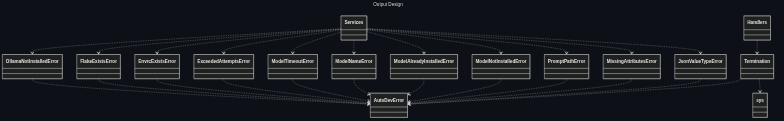
Oldranda1414/AutoDev keeps this Mermaid diagram as docs/assets/mermaid/error.png. Above is the earlier version. Its source is kept beside it as docs/assets/src/error.mmd.
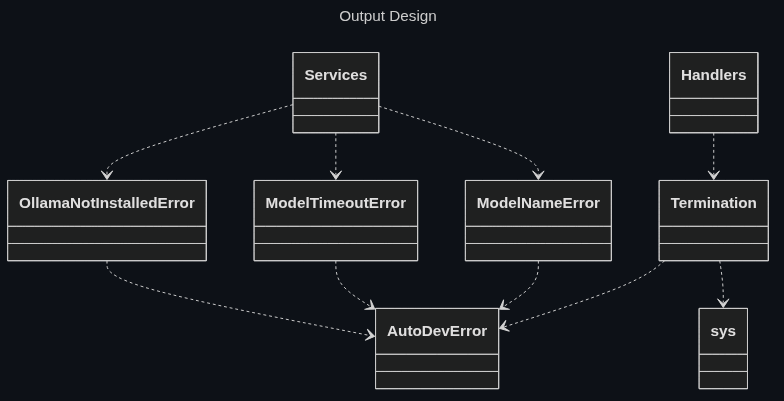
The same file after the commit.

Commit message:
docs: improve error class diagram

Diff of the diagram source:
```diff
@@ -4,28 +4,12 @@
 classDiagram
 
     OllamaNotInstalledError ..> AutoDevError
-    FlakeExistsError ..> AutoDevError
-    EnvrcExistsError ..> AutoDevError
-    ExceededAttemptsError ..> AutoDevError
     ModelTimeoutError ..> AutoDevError
     ModelNameError ..> AutoDevError
-    ModelAlreadyInstalledError ..> AutoDevError
-    ModelNotInstalledError ..> AutoDevError
-    PromptPathError ..> AutoDevError
-    MissingAttributesError ..> AutoDevError
-    JsonValueTypeError ..> AutoDevError
 
     Services ..> OllamaNotInstalledError
-    Services ..> FlakeExistsError
-    Services ..> EnvrcExistsError
-    Services ..> ExceededAttemptsError
     Services ..> ModelTimeoutError
     Services ..> ModelNameError
-    Services ..> ModelAlreadyInstalledError
-    Services ..> ModelNotInstalledError
-    Services ..> PromptPathError
-    Services ..> MissingAttributesError
-    Services ..> JsonValueTypeError
 
     Termination ..> AutoDevError
     Termination ..> sys
```
